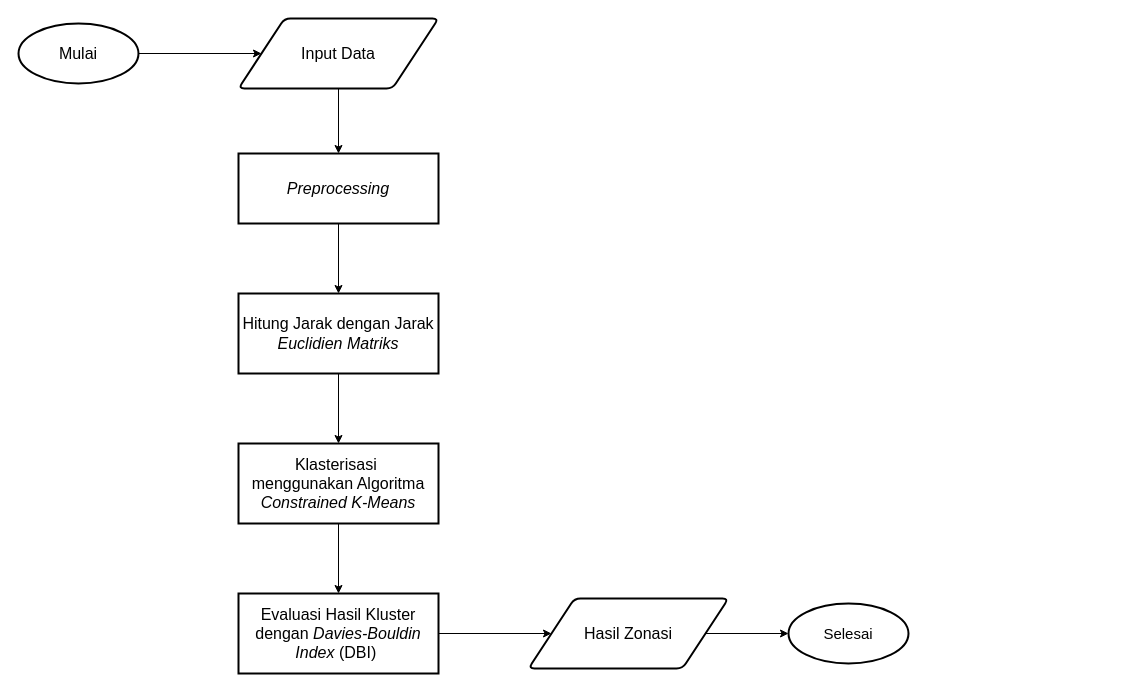
This is page "Halaman-5" (5 of 7) of Diagram Tanpa Judul.drawio from NayaRPL/bebas, a draw.io file, before an edit. Source tidied: cells renumbered, new cells numbered last; positions are measured from the earlier drawing's top-left corner, leaving out a move shared by most shapes. Both pictures are drawn from the tidied source at 100%, with x=0, y=0 at pixel (18, 18).
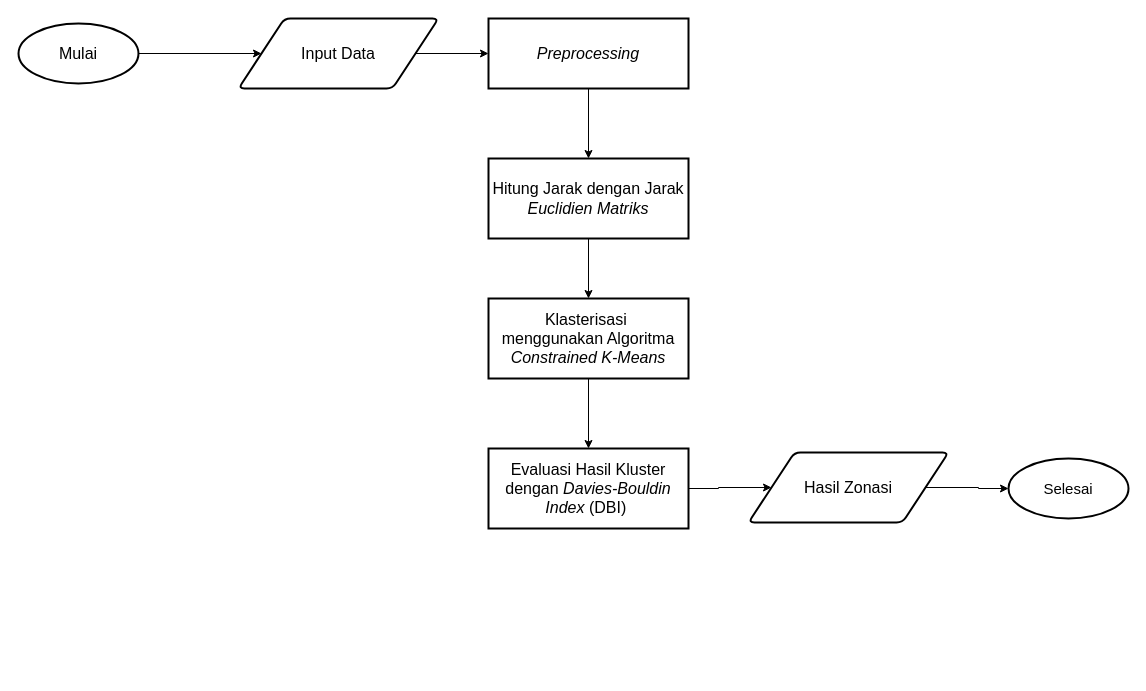
The same page after the edit.

What changed in the source:
```diff
@@
 <mxGraphModel>
   <root>
     <mxCell id="0" />
     <mxCell id="1" parent="0" />
     <mxCell id="2" style="edgeStyle=orthogonalEdgeStyle;rounded=0;jettySize=auto;html=1;exitX=1;exitY=0.5;exitDx=0;exitDy=0;exitPerimeter=0;entryX=0;entryY=0.5;entryDx=0;entryDy=0;" parent="1" edge="1" source="3" target="12">
       <mxGeometry relative="1" as="geometry" />
     </mxCell>
     <mxCell id="3" value="&lt;font style=&quot;font-size: 16px;&quot;&gt;Mulai&lt;/font&gt;" style="strokeWidth=2;html=1;shape=mxgraph.flowchart.start_1;whiteSpace=wrap;" parent="1" vertex="1">
       <mxGeometry y="5" width="120" height="60" as="geometry" />
     </mxCell>
     <mxCell id="4" style="edgeStyle=orthogonalEdgeStyle;rounded=0;jettySize=auto;html=1;exitX=0.5;exitY=1;exitDx=0;exitDy=0;entryX=0.5;entryY=0;entryDx=0;entryDy=0;" parent="1" edge="1" source="5" target="7">
       <mxGeometry relative="1" as="geometry" />
     </mxCell>
     <mxCell id="5" value="&lt;font style=&quot;font-size: 16px;&quot;&gt;&lt;i style=&quot;&quot;&gt;Preprocessing&lt;/i&gt;&lt;/font&gt;" style="rounded=0;whiteSpace=wrap;html=1;absoluteArcSize=1;arcSize=14;strokeWidth=2;" parent="1" vertex="1">
-      <mxGeometry x="220" y="135" width="200" height="70" as="geometry" />
+      <mxGeometry x="470" width="200" height="70" as="geometry" />
     </mxCell>
     <mxCell id="6" style="edgeStyle=orthogonalEdgeStyle;rounded=0;jettySize=auto;html=1;exitX=0.5;exitY=1;exitDx=0;exitDy=0;entryX=0.5;entryY=0;entryDx=0;entryDy=0;" parent="1" edge="1" source="7" target="9">
       <mxGeometry relative="1" as="geometry" />
     </mxCell>
     <mxCell id="7" value="&lt;font style=&quot;font-size: 16px;&quot;&gt;Hitung Jarak dengan Jarak &lt;i style=&quot;&quot;&gt;Euclidien Matriks&lt;/i&gt;&lt;/font&gt;" style="rounded=0;whiteSpace=wrap;html=1;absoluteArcSize=1;arcSize=14;strokeWidth=2;" parent="1" vertex="1">
-      <mxGeometry x="220" y="275" width="200" height="80" as="geometry" />
+      <mxGeometry x="470" y="140" width="200" height="80" as="geometry" />
     </mxCell>
     <mxCell id="8" style="edgeStyle=orthogonalEdgeStyle;rounded=0;jettySize=auto;html=1;exitX=0.5;exitY=1;exitDx=0;exitDy=0;entryX=0.5;entryY=0;entryDx=0;entryDy=0;" parent="1" edge="1" source="9" target="14">
       <mxGeometry relative="1" as="geometry" />
     </mxCell>
     <mxCell id="9" value="&lt;font style=&quot;font-size: 16px;&quot;&gt;Klasterisasi&amp;nbsp;&lt;/font&gt;&lt;div&gt;&lt;font style=&quot;font-size: 16px;&quot;&gt;menggunakan Algoritma &lt;i style=&quot;&quot;&gt;Constrained&amp;nbsp;K-Means&lt;/i&gt;&lt;/font&gt;&lt;/div&gt;" style="rounded=0;whiteSpace=wrap;html=1;absoluteArcSize=1;arcSize=14;strokeWidth=2;" parent="1" vertex="1">
-      <mxGeometry x="220" y="425" width="200" height="80" as="geometry" />
+      <mxGeometry x="470" y="280" width="200" height="80" as="geometry" />
     </mxCell>
     <mxCell id="10" value="&lt;font style=&quot;font-size: 15px;&quot;&gt;Selesai&lt;/font&gt;" style="strokeWidth=2;html=1;shape=mxgraph.flowchart.start_1;whiteSpace=wrap;" parent="1" vertex="1">
-      <mxGeometry x="770" y="585" width="120" height="60" as="geometry" />
+      <mxGeometry x="990" y="440" width="120" height="60" as="geometry" />
     </mxCell>
-    <mxCell id="11" style="edgeStyle=orthogonalEdgeStyle;rounded=0;jettySize=auto;html=1;exitX=0.5;exitY=1;exitDx=0;exitDy=0;entryX=0.5;entryY=0;entryDx=0;entryDy=0;" parent="1" edge="1" source="12" target="5">
+    <mxCell id="11" style="edgeStyle=orthogonalEdgeStyle;rounded=0;jettySize=auto;html=1;exitX=1;exitY=0.5;exitDx=0;exitDy=0;entryX=0;entryY=0.5;entryDx=0;entryDy=0;" parent="1" edge="1" source="12" target="5">
       <mxGeometry relative="1" as="geometry" />
     </mxCell>
     <mxCell id="12" value="&lt;font style=&quot;font-size: 16px;&quot;&gt;Input Data&lt;/font&gt;" style="shape=parallelogram;html=1;strokeWidth=2;perimeter=parallelogramPerimeter;whiteSpace=wrap;rounded=1;arcSize=12;size=0.23;" parent="1" vertex="1">
       <mxGeometry x="220" width="200" height="70" as="geometry" />
     </mxCell>
     <mxCell id="13" style="edgeStyle=orthogonalEdgeStyle;rounded=0;jettySize=auto;html=1;exitX=1;exitY=0.5;exitDx=0;exitDy=0;entryX=0;entryY=0.5;entryDx=0;entryDy=0;" parent="1" edge="1" source="14" target="15">
       <mxGeometry relative="1" as="geometry" />
     </mxCell>
     <mxCell id="14" value="&lt;font style=&quot;font-size: 16px;&quot;&gt;Evaluasi Hasil Kluster dengan&amp;nbsp;&lt;font style=&quot;&quot;&gt;&lt;i&gt;Davies-Bouldin Index&lt;/i&gt; (DBI)&amp;nbsp;&lt;/font&gt;&lt;/font&gt;" style="rounded=0;whiteSpace=wrap;html=1;absoluteArcSize=1;arcSize=14;strokeWidth=2;" parent="1" vertex="1">
-      <mxGeometry x="220" y="575" width="200" height="80" as="geometry" />
+      <mxGeometry x="470" y="430" width="200" height="80" as="geometry" />
     </mxCell>
     <mxCell id="15" value="&lt;font style=&quot;font-size: 16px;&quot;&gt;Hasil Zonasi&lt;/font&gt;" style="shape=parallelogram;html=1;strokeWidth=2;perimeter=parallelogramPerimeter;whiteSpace=wrap;rounded=1;arcSize=12;size=0.23;" parent="1" vertex="1">
-      <mxGeometry x="510" y="580" width="200" height="70" as="geometry" />
+      <mxGeometry x="730" y="434" width="200" height="70" as="geometry" />
     </mxCell>
     <mxCell id="16" style="edgeStyle=orthogonalEdgeStyle;rounded=0;jettySize=auto;html=1;exitX=1;exitY=0.5;exitDx=0;exitDy=0;entryX=0;entryY=0.5;entryDx=0;entryDy=0;entryPerimeter=0;" parent="1" edge="1" source="15" target="10">
       <mxGeometry relative="1" as="geometry" />
     </mxCell>
   </root>
 </mxGraphModel>
```
